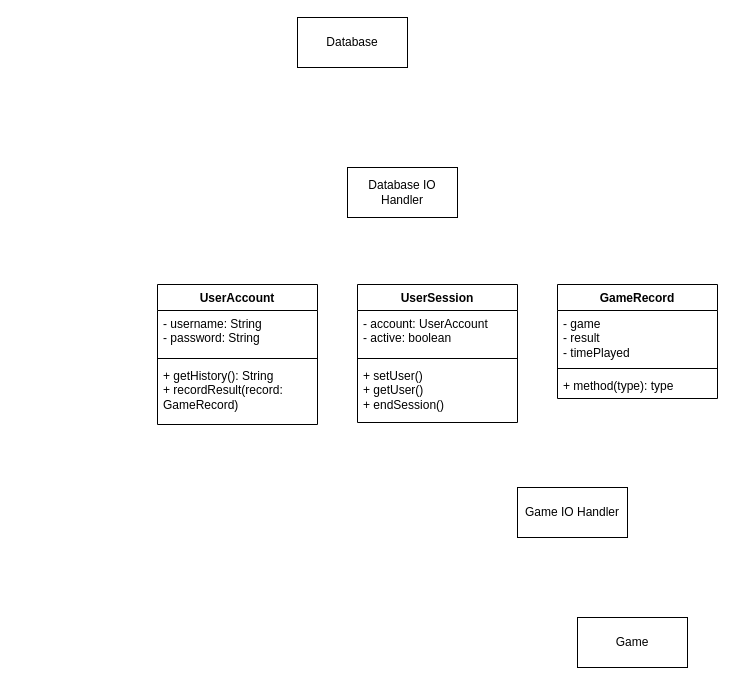
ankondeadlarx/gitlab keeps this draw.io diagram as design/networking.drawio. Above is the earlier version. Source tidied: cells renumbered, new cells numbered last; positions are measured from the earlier drawing's top-left corner, leaving out a move shared by most shapes. Both pictures are drawn from the tidied source at 100%, with x=0, y=0 at pixel (157, 17).
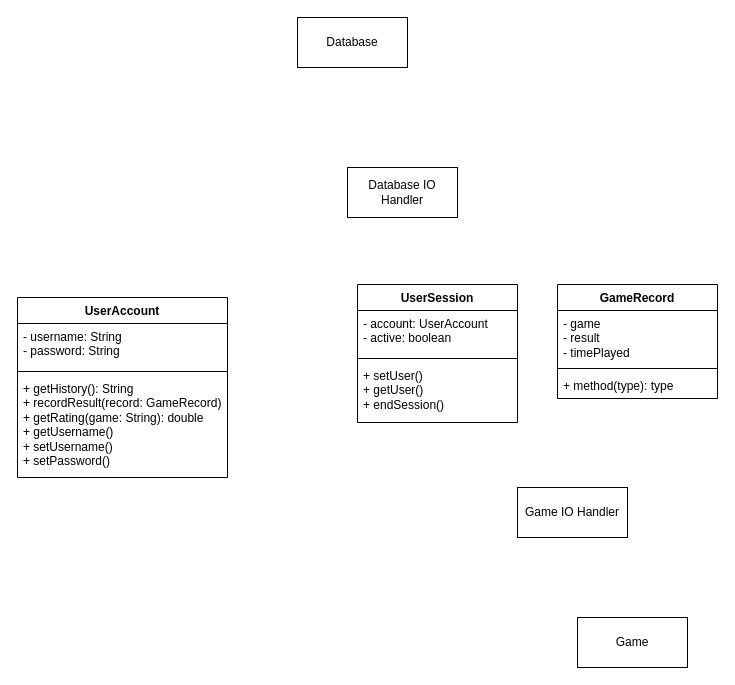
The same diagram, later.

Commit message:
added methods to UserAccount

Change to the diagram source:
```diff
@@
 <mxGraphModel>
   <root>
     <mxCell id="0" />
     <mxCell id="1" parent="0" />
     <mxCell id="2" value="UserAccount" style="swimlane;fontStyle=1;align=center;verticalAlign=top;horizontal=1;startSize=26;whiteSpace=wrap;html=1;" parent="1" vertex="1">
-      <mxGeometry y="267" width="160" height="140" as="geometry" />
+      <mxGeometry x="-140" y="280" width="210" height="180" as="geometry" />
     </mxCell>
     <mxCell id="3" value="- username: String&lt;div&gt;- password: String&lt;/div&gt;&lt;div&gt;&lt;br&gt;&lt;/div&gt;" style="text;strokeColor=none;fillColor=none;align=left;verticalAlign=top;spacingLeft=4;spacingRight=4;overflow=hidden;whiteSpace=wrap;html=1;" parent="2" vertex="1">
-      <mxGeometry y="26" width="160" height="44" as="geometry" />
+      <mxGeometry y="26" width="210" height="44" as="geometry" />
     </mxCell>
     <mxCell id="4" style="line;strokeWidth=1;fillColor=none;align=left;verticalAlign=middle;spacingTop=-1;spacingLeft=3;spacingRight=3;labelPosition=right;strokeColor=inherit;" parent="2" vertex="1">
-      <mxGeometry y="70" width="160" height="8" as="geometry" />
+      <mxGeometry y="70" width="210" height="8" as="geometry" />
     </mxCell>
-    <mxCell id="5" value="+ getHistory(): String&lt;div&gt;+ recordResult(record: GameRecord)&lt;/div&gt;" style="text;strokeColor=none;fillColor=none;align=left;verticalAlign=top;spacingLeft=4;spacingRight=4;overflow=hidden;whiteSpace=wrap;html=1;" parent="2" vertex="1">
-      <mxGeometry y="78" width="160" height="62" as="geometry" />
+    <mxCell id="5" value="+ getHistory(): String&lt;div&gt;+ recordResult(record: GameRecord)&lt;/div&gt;&lt;div&gt;+ getRating(game: String): double&lt;/div&gt;&lt;div&gt;+ getUsername()&lt;/div&gt;&lt;div&gt;+ setUsername()&lt;/div&gt;&lt;div&gt;+ setPassword()&lt;/div&gt;" style="text;strokeColor=none;fillColor=none;align=left;verticalAlign=top;spacingLeft=4;spacingRight=4;overflow=hidden;whiteSpace=wrap;html=1;" parent="2" vertex="1">
+      <mxGeometry y="78" width="210" height="102" as="geometry" />
     </mxCell>
     <mxCell id="6" value="Database" style="html=1;whiteSpace=wrap;" parent="1" vertex="1">
       <mxGeometry x="140" width="110" height="50" as="geometry" />
     </mxCell>
     <mxCell id="7" value="Game" style="html=1;whiteSpace=wrap;" parent="1" vertex="1">
       <mxGeometry x="420" y="600" width="110" height="50" as="geometry" />
     </mxCell>
     <mxCell id="8" value="UserSession" style="swimlane;fontStyle=1;align=center;verticalAlign=top;horizontal=1;startSize=26;whiteSpace=wrap;html=1;" parent="1" vertex="1">
       <mxGeometry x="200" y="267" width="160" height="138" as="geometry" />
     </mxCell>
     <mxCell id="9" value="- account: UserAccount&lt;div&gt;&lt;div&gt;- active: boolean&lt;/div&gt;&lt;/div&gt;" style="text;strokeColor=none;fillColor=none;align=left;verticalAlign=top;spacingLeft=4;spacingRight=4;overflow=hidden;whiteSpace=wrap;html=1;" parent="8" vertex="1">
       <mxGeometry y="26" width="160" height="44" as="geometry" />
     </mxCell>
     <mxCell id="10" style="line;strokeWidth=1;fillColor=none;align=left;verticalAlign=middle;spacingTop=-1;spacingLeft=3;spacingRight=3;labelPosition=right;strokeColor=inherit;" parent="8" vertex="1">
       <mxGeometry y="70" width="160" height="8" as="geometry" />
     </mxCell>
     <mxCell id="11" value="+ setUser()&lt;div&gt;+ getUser()&lt;/div&gt;&lt;div&gt;+ endSession()&lt;/div&gt;" style="text;strokeColor=none;fillColor=none;align=left;verticalAlign=top;spacingLeft=4;spacingRight=4;overflow=hidden;whiteSpace=wrap;html=1;" parent="8" vertex="1">
       <mxGeometry y="78" width="160" height="60" as="geometry" />
     </mxCell>
     <mxCell id="12" value="GameRecord" style="swimlane;fontStyle=1;align=center;verticalAlign=top;horizontal=1;startSize=26;whiteSpace=wrap;html=1;" parent="1" vertex="1">
       <mxGeometry x="400" y="267" width="160" height="114" as="geometry" />
     </mxCell>
     <mxCell id="13" value="- game&lt;div&gt;- result&lt;/div&gt;&lt;div&gt;- timePlayed&lt;/div&gt;" style="text;strokeColor=none;fillColor=none;align=left;verticalAlign=top;spacingLeft=4;spacingRight=4;overflow=hidden;whiteSpace=wrap;html=1;" parent="12" vertex="1">
       <mxGeometry y="26" width="160" height="54" as="geometry" />
     </mxCell>
     <mxCell id="14" style="line;strokeWidth=1;fillColor=none;align=left;verticalAlign=middle;spacingTop=-1;spacingLeft=3;spacingRight=3;labelPosition=right;strokeColor=inherit;" parent="12" vertex="1">
       <mxGeometry y="80" width="160" height="8" as="geometry" />
     </mxCell>
     <mxCell id="15" value="+ method(type): type" style="text;strokeColor=none;fillColor=none;align=left;verticalAlign=top;spacingLeft=4;spacingRight=4;overflow=hidden;whiteSpace=wrap;html=1;" parent="12" vertex="1">
       <mxGeometry y="88" width="160" height="26" as="geometry" />
     </mxCell>
     <mxCell id="16" value="Database IO Handler" style="html=1;whiteSpace=wrap;" parent="1" vertex="1">
       <mxGeometry x="190" y="150" width="110" height="50" as="geometry" />
     </mxCell>
     <mxCell id="17" value="Game IO Handler" style="html=1;whiteSpace=wrap;" parent="1" vertex="1">
       <mxGeometry x="360" y="470" width="110" height="50" as="geometry" />
     </mxCell>
   </root>
 </mxGraphModel>
```
